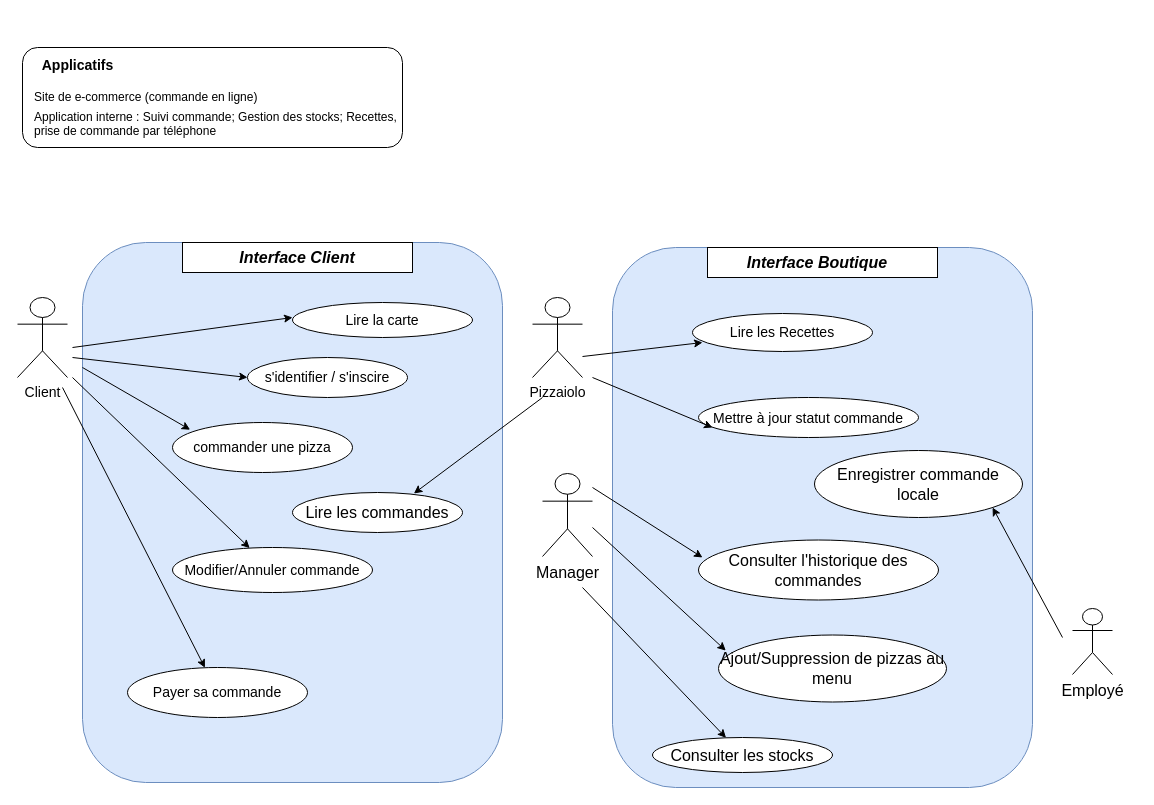
Above: page "Page-2" (2 of 5) of P5-UseCase-definotion.drawio in Ketut38/OC-P5-Pizza (draw.io), before the change. Source tidied: cells renumbered, new cells numbered last; positions are measured from the earlier drawing's top-left corner, leaving out a move shared by most shapes. Both pictures are drawn from the tidied source at 100%, with x=0, y=0 at pixel (17, 47).
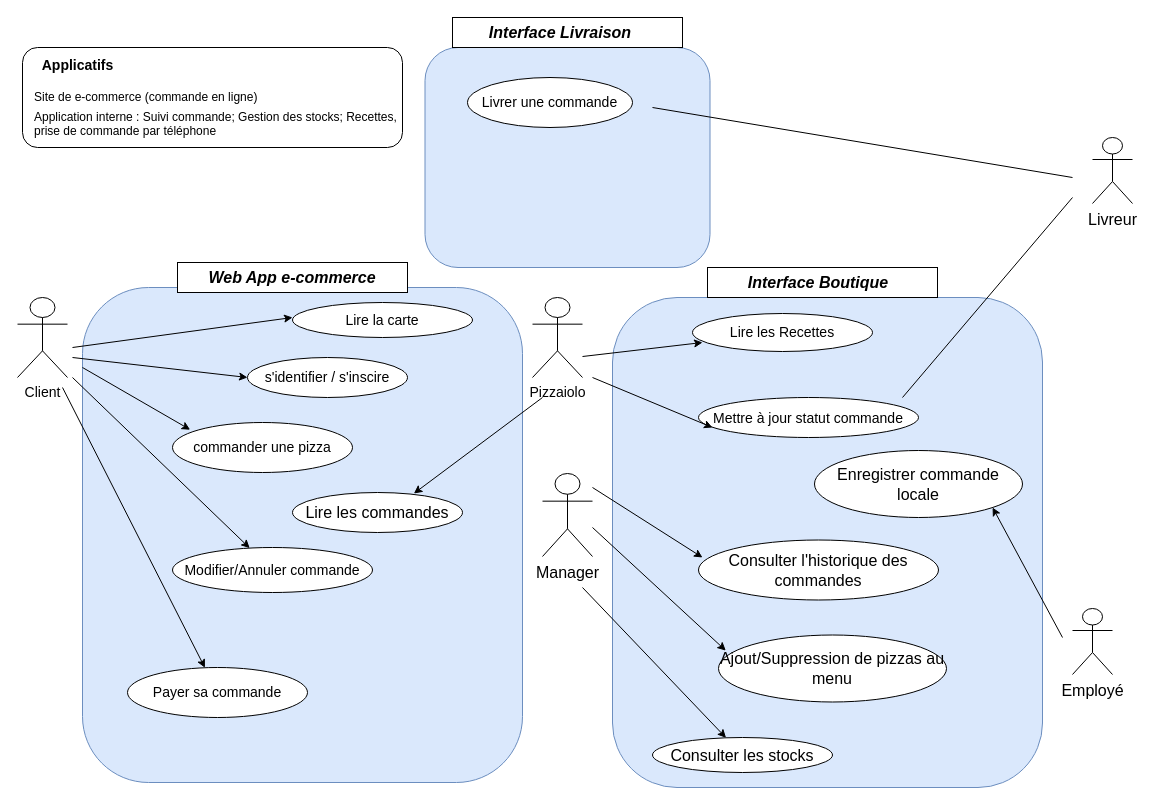
After the change.

Change to the diagram source:
```diff
@@
     <mxCell id="2" style="rounded=1;whiteSpace=wrap;html=1;fontSize=14;align=center;fillColor=#dae8fc;strokeColor=#6c8ebf;direction=south;fontStyle=2;" parent="1" vertex="1">
-      <mxGeometry x="595" y="200" width="420" height="540" as="geometry" />
+      <mxGeometry x="595" y="250" width="430" height="490" as="geometry" />
     </mxCell>
     <mxCell id="3" style="rounded=1;whiteSpace=wrap;html=1;fontSize=14;align=center;fillColor=#dae8fc;strokeColor=#6c8ebf;direction=south;fontStyle=0;" parent="1" vertex="1">
-      <mxGeometry x="65" y="195" width="420" height="540" as="geometry" />
+      <mxGeometry x="65" y="240" width="440" height="495" as="geometry" />
     </mxCell>
     <mxCell id="4" style="rounded=0;whiteSpace=wrap;html=1;fontSize=14;align=center;" parent="1" vertex="1">
-      <mxGeometry x="165" y="195" width="230" height="30" as="geometry" />
+      <mxGeometry x="160" y="215" width="230" height="30" as="geometry" />
     </mxCell>
@@
-    <mxCell id="10" value="&lt;b&gt;&lt;i&gt;Interface Client&lt;/i&gt;&lt;/b&gt;" style="text;html=1;strokeColor=none;fillColor=none;align=center;verticalAlign=middle;whiteSpace=wrap;rounded=0;fontSize=16;" parent="1" vertex="1">
-      <mxGeometry x="185" y="200" width="190" height="20" as="geometry" />
+    <mxCell id="10" value="&lt;b&gt;&lt;i&gt;Web App e-commerce&lt;/i&gt;&lt;/b&gt;" style="text;html=1;strokeColor=none;fillColor=none;align=center;verticalAlign=middle;whiteSpace=wrap;rounded=0;fontSize=16;" parent="1" vertex="1">
+      <mxGeometry x="180" y="220" width="190" height="20" as="geometry" />
     </mxCell>
@@
     <mxCell id="25" style="rounded=0;whiteSpace=wrap;html=1;fontSize=14;align=center;" parent="1" vertex="1">
-      <mxGeometry x="690" y="200" width="230" height="30" as="geometry" />
+      <mxGeometry x="690" y="220" width="230" height="30" as="geometry" />
     </mxCell>
     <mxCell id="26" value="&lt;b&gt;&lt;i&gt;Interface Boutique&lt;/i&gt;&lt;/b&gt;" style="text;html=1;strokeColor=none;fillColor=none;align=center;verticalAlign=middle;whiteSpace=wrap;rounded=0;fontSize=16;" parent="1" vertex="1">
-      <mxGeometry x="705.2" y="205" width="190" height="20" as="geometry" />
+      <mxGeometry x="706.2" y="225" width="190" height="20" as="geometry" />
     </mxCell>
@@
+    <mxCell id="41" style="rounded=1;whiteSpace=wrap;html=1;fontSize=14;align=center;fillColor=#dae8fc;strokeColor=#6c8ebf;direction=south;fontStyle=0;" parent="1" vertex="1">
+      <mxGeometry x="407.5" width="285" height="220" as="geometry" />
+    </mxCell>
+    <mxCell id="42" style="rounded=0;whiteSpace=wrap;html=1;fontSize=14;align=center;" parent="1" vertex="1">
+      <mxGeometry x="435" y="-30" width="230" height="30" as="geometry" />
+    </mxCell>
+    <mxCell id="43" value="&lt;b&gt;&lt;i&gt;Interface Livraison&lt;/i&gt;&lt;/b&gt;" style="text;html=1;strokeColor=none;fillColor=none;align=center;verticalAlign=middle;whiteSpace=wrap;rounded=0;fontSize=16;" parent="1" vertex="1">
+      <mxGeometry x="447.7" y="-25" width="190" height="20" as="geometry" />
+    </mxCell>
+    <mxCell id="44" value="Livreur" style="shape=umlActor;verticalLabelPosition=bottom;labelBackgroundColor=#ffffff;verticalAlign=top;html=1;fontSize=16;align=center;" parent="1" vertex="1">
+      <mxGeometry x="1075" y="90" width="40" height="66" as="geometry" />
+    </mxCell>
+    <mxCell id="45" style="endArrow=none;html=1;" parent="1" edge="1">
+      <mxGeometry relative="1" as="geometry">
+        <mxPoint x="885" y="350" as="sourcePoint" />
+        <mxPoint x="1055" y="150" as="targetPoint" />
+      </mxGeometry>
+    </mxCell>
+    <mxCell id="46" value="&lt;font style=&quot;font-size: 14px&quot;&gt;Livrer une commande&lt;/font&gt;" style="ellipse;whiteSpace=wrap;html=1;" parent="1" vertex="1">
+      <mxGeometry x="450" y="30" width="165" height="50" as="geometry" />
+    </mxCell>
+    <mxCell id="47" style="endArrow=none;html=1;" parent="1" edge="1">
+      <mxGeometry relative="1" as="geometry">
+        <mxPoint x="635" y="60" as="sourcePoint" />
+        <mxPoint x="1055" y="130" as="targetPoint" />
+      </mxGeometry>
+    </mxCell>
```
